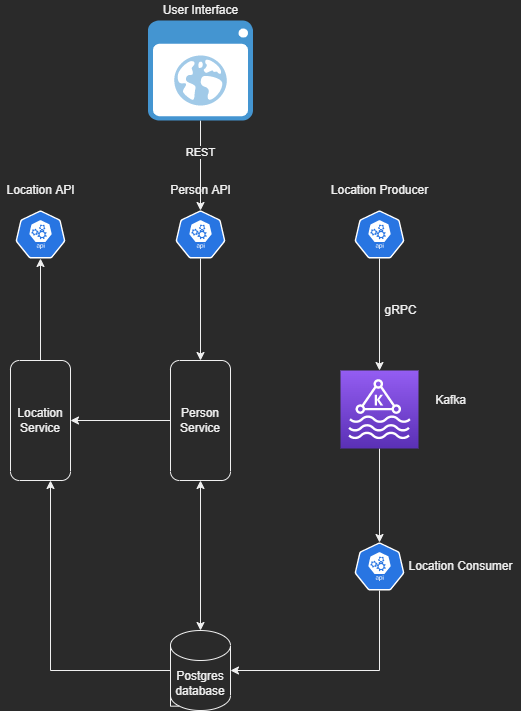
0xRamadan/nd064-c2-message-passing-projects keeps this draw.io diagram as docs/architecture_design.png. Above is the earlier version. Source tidied: cells renumbered, new cells last; positions are measured from the earlier drawing's top-left corner, leaving out a move shared by most shapes. Source of this version:
```xml
<mxGraphModel>
  <root>
    <mxCell id="0" />
    <mxCell id="1" parent="0" />
    <mxCell id="2" style="edgeStyle=orthogonalEdgeStyle;rounded=0;jettySize=auto;html=1;entryX=0.5;entryY=0;entryDx=0;entryDy=0;entryPerimeter=0;" parent="1" edge="1" source="3" target="10">
      <mxGeometry relative="1" as="geometry" />
    </mxCell>
    <mxCell id="3" style="sketch=0;points=[[0,0,0],[0.25,0,0],[0.5,0,0],[0.75,0,0],[1,0,0],[0,1,0],[0.25,1,0],[0.5,1,0],[0.75,1,0],[1,1,0],[0,0.25,0],[0,0.5,0],[0,0.75,0],[1,0.25,0],[1,0.5,0],[1,0.75,0]];outlineConnect=0;fontColor=#232F3E;gradientColor=#945DF2;gradientDirection=north;fillColor=#5A30B5;strokeColor=#ffffff;dashed=0;verticalLabelPosition=bottom;verticalAlign=top;align=center;html=1;fontSize=12;fontStyle=0;shape=mxgraph.aws4.resourceIcon;resIcon=mxgraph.aws4.managed_streaming_for_kafka;" parent="1" vertex="1">
      <mxGeometry x="340" y="370" width="78" height="78" as="geometry" />
    </mxCell>
    <mxCell id="4" style="sketch=0;html=1;dashed=0;whitespace=wrap;fillColor=#2875E2;strokeColor=#ffffff;points=[[0.005,0.63,0],[0.1,0.2,0],[0.9,0.2,0],[0.5,0,0],[0.995,0.63,0],[0.72,0.99,0],[0.5,1,0],[0.28,0.99,0]];shape=mxgraph.kubernetes.icon;prIcon=api;" parent="1" vertex="1">
      <mxGeometry x="15" y="210" width="50" height="48" as="geometry" />
    </mxCell>
    <mxCell id="5" style="edgeStyle=orthogonalEdgeStyle;rounded=0;jettySize=auto;html=1;entryX=0;entryY=0.5;entryDx=0;entryDy=0;" parent="1" edge="1" source="6" target="13">
      <mxGeometry relative="1" as="geometry" />
    </mxCell>
    <mxCell id="6" style="sketch=0;html=1;dashed=0;whitespace=wrap;fillColor=#2875E2;strokeColor=#ffffff;points=[[0.005,0.63,0],[0.1,0.2,0],[0.9,0.2,0],[0.5,0,0],[0.995,0.63,0],[0.72,0.99,0],[0.5,1,0],[0.28,0.99,0]];shape=mxgraph.kubernetes.icon;prIcon=api;" parent="1" vertex="1">
      <mxGeometry x="175" y="210" width="50" height="48" as="geometry" />
    </mxCell>
    <mxCell id="7" style="edgeStyle=orthogonalEdgeStyle;rounded=0;jettySize=auto;html=1;entryX=0.5;entryY=0;entryDx=0;entryDy=0;entryPerimeter=0;" parent="1" edge="1" source="8" target="3">
      <mxGeometry relative="1" as="geometry" />
    </mxCell>
    <mxCell id="8" style="sketch=0;html=1;dashed=0;whitespace=wrap;fillColor=#2875E2;strokeColor=#ffffff;points=[[0.005,0.63,0],[0.1,0.2,0],[0.9,0.2,0],[0.5,0,0],[0.995,0.63,0],[0.72,0.99,0],[0.5,1,0],[0.28,0.99,0]];shape=mxgraph.kubernetes.icon;prIcon=api;" parent="1" vertex="1">
      <mxGeometry x="354" y="210" width="50" height="48" as="geometry" />
    </mxCell>
    <mxCell id="9" style="edgeStyle=orthogonalEdgeStyle;rounded=0;jettySize=auto;html=1;entryX=1;entryY=0.5;entryDx=0;entryDy=0;entryPerimeter=0;" parent="1" edge="1" source="10" target="27">
      <mxGeometry relative="1" as="geometry">
        <Array as="points">
          <mxPoint x="379" y="670" />
        </Array>
      </mxGeometry>
    </mxCell>
    <mxCell id="10" style="sketch=0;html=1;dashed=0;whitespace=wrap;fillColor=#2875E2;strokeColor=#ffffff;points=[[0.005,0.63,0],[0.1,0.2,0],[0.9,0.2,0],[0.5,0,0],[0.995,0.63,0],[0.72,0.99,0],[0.5,1,0],[0.28,0.99,0]];shape=mxgraph.kubernetes.icon;prIcon=api;" parent="1" vertex="1">
      <mxGeometry x="354" y="542" width="50" height="48" as="geometry" />
    </mxCell>
    <mxCell id="11" style="edgeStyle=orthogonalEdgeStyle;rounded=0;jettySize=auto;html=1;entryX=0.5;entryY=0;entryDx=0;entryDy=0;" parent="1" edge="1" source="13" target="16">
      <mxGeometry relative="1" as="geometry" />
    </mxCell>
    <mxCell id="12" style="edgeStyle=orthogonalEdgeStyle;rounded=0;jettySize=auto;html=1;startArrow=classic;startFill=1;" parent="1" edge="1" source="13" target="27">
      <mxGeometry relative="1" as="geometry" />
    </mxCell>
    <mxCell id="13" value="Person Service" style="rounded=1;whiteSpace=wrap;html=1;direction=south;" parent="1" vertex="1">
      <mxGeometry x="170" y="360" width="60" height="120" as="geometry" />
    </mxCell>
    <mxCell id="14" style="edgeStyle=orthogonalEdgeStyle;rounded=0;jettySize=auto;html=1;entryX=0.5;entryY=1;entryDx=0;entryDy=0;entryPerimeter=0;" parent="1" edge="1" source="16" target="4">
      <mxGeometry relative="1" as="geometry" />
    </mxCell>
    <mxCell id="15" style="edgeStyle=orthogonalEdgeStyle;rounded=0;jettySize=auto;html=1;startArrow=classic;startFill=1;endArrow=none;endFill=0;entryX=0;entryY=0.5;entryDx=0;entryDy=0;entryPerimeter=0;" parent="1" edge="1" source="16" target="27">
      <mxGeometry relative="1" as="geometry">
        <Array as="points">
          <mxPoint x="50" y="670" />
        </Array>
      </mxGeometry>
    </mxCell>
    <mxCell id="16" value="Location Service" style="rounded=1;whiteSpace=wrap;html=1;direction=south;" parent="1" vertex="1">
      <mxGeometry x="10" y="360" width="60" height="120" as="geometry" />
    </mxCell>
    <mxCell id="17" value="Person API" style="text;html=1;align=center;verticalAlign=middle;strokeColor=none;fillColor=none;" parent="1" vertex="1">
      <mxGeometry x="160" y="180" width="80" height="20" as="geometry" />
    </mxCell>
    <mxCell id="18" value="Location API" style="text;html=1;align=center;verticalAlign=middle;strokeColor=none;fillColor=none;" parent="1" vertex="1">
      <mxGeometry y="180" width="80" height="20" as="geometry" />
    </mxCell>
    <mxCell id="19" value="Kafka" style="text;html=1;align=center;verticalAlign=middle;strokeColor=none;fillColor=none;" parent="1" vertex="1">
      <mxGeometry x="425" y="390" width="50" height="20" as="geometry" />
    </mxCell>
    <mxCell id="20" value="Location Producer" style="text;html=1;align=center;verticalAlign=middle;strokeColor=none;fillColor=none;" parent="1" vertex="1">
      <mxGeometry x="324" y="180" width="110" height="20" as="geometry" />
    </mxCell>
    <mxCell id="21" value="gRPC" style="text;html=1;align=center;verticalAlign=middle;strokeColor=none;fillColor=none;" parent="1" vertex="1">
      <mxGeometry x="375" y="300" width="50" height="20" as="geometry" />
    </mxCell>
    <mxCell id="22" value="Location Consumer" style="text;html=1;align=center;verticalAlign=middle;strokeColor=none;fillColor=none;" parent="1" vertex="1">
      <mxGeometry x="400" y="556" width="120" height="20" as="geometry" />
    </mxCell>
    <mxCell id="23" style="edgeStyle=orthogonalEdgeStyle;rounded=0;jettySize=auto;html=1;entryX=0.5;entryY=0;entryDx=0;entryDy=0;entryPerimeter=0;" parent="1" edge="1" source="25" target="6">
      <mxGeometry relative="1" as="geometry" />
    </mxCell>
    <mxCell id="24" value="REST" style="edgeLabel;html=1;align=center;verticalAlign=middle;" parent="23" vertex="1">
      <mxGeometry x="-0.31" y="-1" relative="1" as="geometry" />
    </mxCell>
    <mxCell id="25" style="shadow=0;dashed=0;html=1;strokeColor=none;fillColor=#4495D1;labelPosition=center;verticalLabelPosition=bottom;verticalAlign=top;align=center;outlineConnect=0;shape=mxgraph.veeam.2d.web_ui;" parent="1" vertex="1">
      <mxGeometry x="147.5" y="20" width="105" height="100" as="geometry" />
    </mxCell>
    <mxCell id="26" value="User Interface" style="text;html=1;align=center;verticalAlign=middle;strokeColor=none;fillColor=none;" parent="1" vertex="1">
      <mxGeometry x="155" width="90" height="20" as="geometry" />
    </mxCell>
    <mxCell id="27" value="Postgres&lt;br&gt;database" style="shape=cylinder3;whiteSpace=wrap;html=1;boundedLbl=1;backgroundOutline=1;size=15;" parent="1" vertex="1">
      <mxGeometry x="170" y="630" width="60" height="80" as="geometry" />
    </mxCell>
    <mxCell id="28" style="edgeStyle=orthogonalEdgeStyle;rounded=0;orthogonalLoop=1;jettySize=auto;html=1;exitX=0.145;exitY=1;exitDx=0;exitDy=-4.35;exitPerimeter=0;entryX=0;entryY=0;entryDx=0;entryDy=52.5;entryPerimeter=0;startArrow=none;startFill=0;endArrow=none;endFill=0;" parent="1" edge="1" source="27" target="27">
      <mxGeometry relative="1" as="geometry" />
    </mxCell>
  </root>
</mxGraphModel>
```
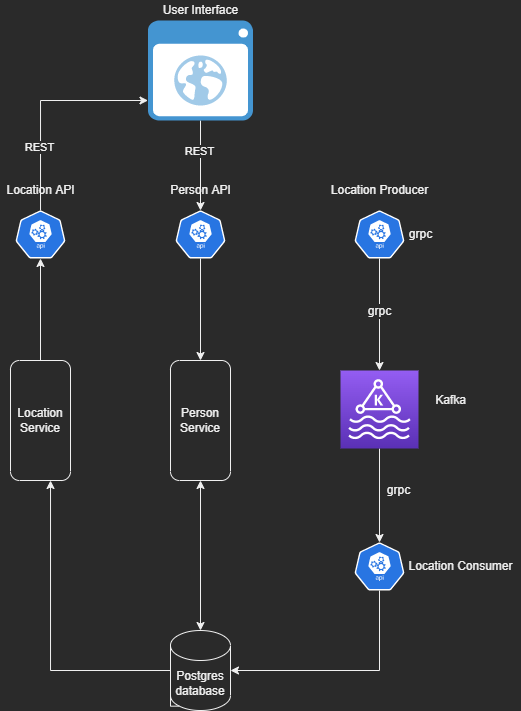
After the commit.

Commit message:
review on architecture design

Change to the diagram source:
```diff
@@ -8,6 +8,16 @@
     <mxCell id="3" style="sketch=0;points=[[0,0,0],[0.25,0,0],[0.5,0,0],[0.75,0,0],[1,0,0],[0,1,0],[0.25,1,0],[0.5,1,0],[0.75,1,0],[1,1,0],[0,0.25,0],[0,0.5,0],[0,0.75,0],[1,0.25,0],[1,0.5,0],[1,0.75,0]];outlineConnect=0;fontColor=#232F3E;gradientColor=#945DF2;gradientDirection=north;fillColor=#5A30B5;strokeColor=#ffffff;dashed=0;verticalLabelPosition=bottom;verticalAlign=top;align=center;html=1;fontSize=12;fontStyle=0;shape=mxgraph.aws4.resourceIcon;resIcon=mxgraph.aws4.managed_streaming_for_kafka;" parent="1" vertex="1">
       <mxGeometry x="340" y="370" width="78" height="78" as="geometry" />
     </mxCell>
+    <mxCell id="29" style="edgeStyle=orthogonalEdgeStyle;rounded=0;jettySize=auto;html=1;" parent="1" edge="1" source="4" target="25">
+      <mxGeometry relative="1" as="geometry">
+        <Array as="points">
+          <mxPoint x="40" y="100" />
+        </Array>
+      </mxGeometry>
+    </mxCell>
+    <mxCell id="30" value="REST" style="edgeLabel;html=1;align=center;verticalAlign=middle;" parent="29" vertex="1">
+      <mxGeometry x="-0.42" y="1" relative="1" as="geometry" />
+    </mxCell>
     <mxCell id="4" style="sketch=0;html=1;dashed=0;whitespace=wrap;fillColor=#2875E2;strokeColor=#ffffff;points=[[0.005,0.63,0],[0.1,0.2,0],[0.9,0.2,0],[0.5,0,0],[0.995,0.63,0],[0.72,0.99,0],[0.5,1,0],[0.28,0.99,0]];shape=mxgraph.kubernetes.icon;prIcon=api;" parent="1" vertex="1">
       <mxGeometry x="15" y="210" width="50" height="48" as="geometry" />
     </mxCell>
@@ -20,6 +30,9 @@
     <mxCell id="7" style="edgeStyle=orthogonalEdgeStyle;rounded=0;jettySize=auto;html=1;entryX=0.5;entryY=0;entryDx=0;entryDy=0;entryPerimeter=0;" parent="1" edge="1" source="8" target="3">
       <mxGeometry relative="1" as="geometry" />
     </mxCell>
+    <mxCell id="31" value="&lt;span style=&quot;font-size: 12px&quot;&gt;grpc&lt;/span&gt;" style="edgeLabel;html=1;align=center;verticalAlign=middle;" parent="7" vertex="1">
+      <mxGeometry x="-0.06" relative="1" as="geometry" />
+    </mxCell>
     <mxCell id="8" style="sketch=0;html=1;dashed=0;whitespace=wrap;fillColor=#2875E2;strokeColor=#ffffff;points=[[0.005,0.63,0],[0.1,0.2,0],[0.9,0.2,0],[0.5,0,0],[0.995,0.63,0],[0.72,0.99,0],[0.5,1,0],[0.28,0.99,0]];shape=mxgraph.kubernetes.icon;prIcon=api;" parent="1" vertex="1">
       <mxGeometry x="354" y="210" width="50" height="48" as="geometry" />
     </mxCell>
@@ -33,9 +46,6 @@
     <mxCell id="10" style="sketch=0;html=1;dashed=0;whitespace=wrap;fillColor=#2875E2;strokeColor=#ffffff;points=[[0.005,0.63,0],[0.1,0.2,0],[0.9,0.2,0],[0.5,0,0],[0.995,0.63,0],[0.72,0.99,0],[0.5,1,0],[0.28,0.99,0]];shape=mxgraph.kubernetes.icon;prIcon=api;" parent="1" vertex="1">
       <mxGeometry x="354" y="542" width="50" height="48" as="geometry" />
     </mxCell>
-    <mxCell id="11" style="edgeStyle=orthogonalEdgeStyle;rounded=0;jettySize=auto;html=1;entryX=0.5;entryY=0;entryDx=0;entryDy=0;" parent="1" edge="1" source="13" target="16">
-      <mxGeometry relative="1" as="geometry" />
-    </mxCell>
     <mxCell id="12" style="edgeStyle=orthogonalEdgeStyle;rounded=0;jettySize=auto;html=1;startArrow=classic;startFill=1;" parent="1" edge="1" source="13" target="27">
       <mxGeometry relative="1" as="geometry" />
     </mxCell>
@@ -67,9 +77,6 @@
     <mxCell id="20" value="Location Producer" style="text;html=1;align=center;verticalAlign=middle;strokeColor=none;fillColor=none;" parent="1" vertex="1">
       <mxGeometry x="324" y="180" width="110" height="20" as="geometry" />
     </mxCell>
-    <mxCell id="21" value="gRPC" style="text;html=1;align=center;verticalAlign=middle;strokeColor=none;fillColor=none;" parent="1" vertex="1">
-      <mxGeometry x="375" y="300" width="50" height="20" as="geometry" />
-    </mxCell>
     <mxCell id="22" value="Location Consumer" style="text;html=1;align=center;verticalAlign=middle;strokeColor=none;fillColor=none;" parent="1" vertex="1">
       <mxGeometry x="400" y="556" width="120" height="20" as="geometry" />
     </mxCell>
@@ -91,5 +98,11 @@
     <mxCell id="28" style="edgeStyle=orthogonalEdgeStyle;rounded=0;orthogonalLoop=1;jettySize=auto;html=1;exitX=0.145;exitY=1;exitDx=0;exitDy=-4.35;exitPerimeter=0;entryX=0;entryY=0;entryDx=0;entryDy=52.5;entryPerimeter=0;startArrow=none;startFill=0;endArrow=none;endFill=0;" parent="1" edge="1" source="27" target="27">
       <mxGeometry relative="1" as="geometry" />
     </mxCell>
+    <mxCell id="32" value="grpc" style="text;html=1;align=center;verticalAlign=middle;strokeColor=none;fillColor=none;" parent="1" vertex="1">
+      <mxGeometry x="400" y="224" width="40" height="20" as="geometry" />
+    </mxCell>
+    <mxCell id="33" value="grpc" style="text;html=1;align=center;verticalAlign=middle;strokeColor=none;fillColor=none;" parent="1" vertex="1">
+      <mxGeometry x="378" y="480" width="40" height="20" as="geometry" />
+    </mxCell>
   </root>
 </mxGraphModel>
```
